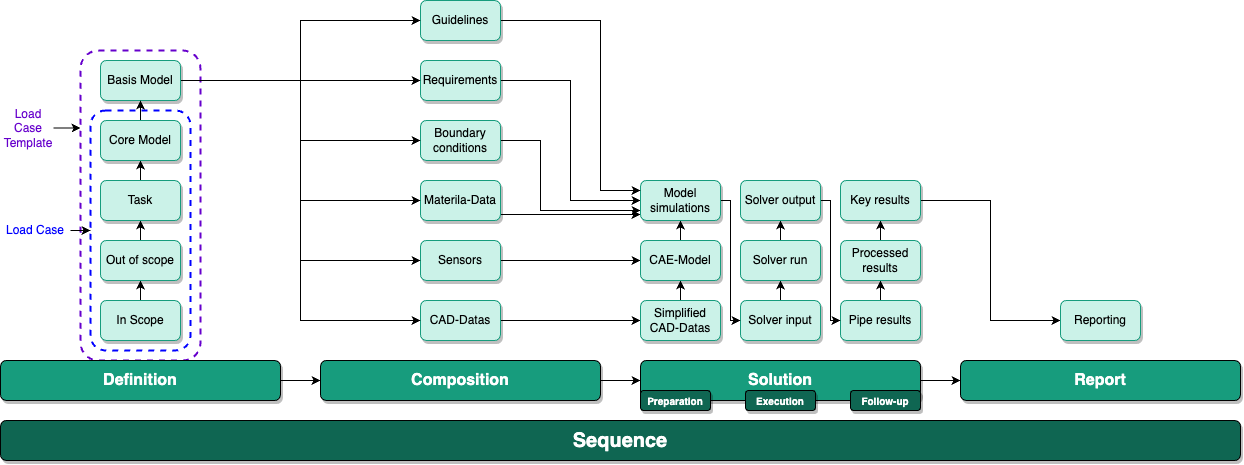
dannickstark/MA-Thesis keeps this draw.io diagram as images/Concept-cae-process.drawio.png. Above is the earlier version. Source tidied: cells renumbered, new cells last; positions are measured from the earlier drawing's top-left corner, leaving out a move shared by most shapes. Its diagram source:
```xml
<mxGraphModel>
  <root>
    <mxCell id="0" />
    <mxCell id="1" parent="0" />
    <mxCell id="2" style="rounded=1;whiteSpace=wrap;html=1;fillColor=none;dashed=1;strokeColor=#6600CC;strokeWidth=2;" parent="1" vertex="1">
      <mxGeometry x="80" y="50" width="120" height="310" as="geometry" />
    </mxCell>
    <mxCell id="3" style="rounded=1;whiteSpace=wrap;html=1;fillColor=none;dashed=1;strokeColor=#0000FF;strokeWidth=2;" parent="1" vertex="1">
      <mxGeometry x="90" y="110" width="100" height="240" as="geometry" />
    </mxCell>
    <mxCell id="4" value="Sequence" style="rounded=1;whiteSpace=wrap;html=1;fillColor=#0F6652;shadow=1;glass=0;gradientColor=none;fontStyle=1;fontSize=20;fontColor=#FFFFFF;" parent="1" vertex="1">
      <mxGeometry y="420" width="1240" height="40" as="geometry" />
    </mxCell>
    <mxCell id="5" style="edgeStyle=orthogonalEdgeStyle;rounded=0;html=1;exitX=1;exitY=0.5;exitDx=0;exitDy=0;entryX=0;entryY=0.5;entryDx=0;entryDy=0;elbow=vertical;" parent="1" edge="1" source="6" target="14">
      <mxGeometry relative="1" as="geometry" />
    </mxCell>
    <mxCell id="6" value="Definition" style="rounded=1;whiteSpace=wrap;html=1;fillColor=#179c7d;shadow=1;glass=0;gradientColor=none;fontColor=#FFFFFF;fontStyle=1;fontSize=16;" parent="1" vertex="1">
      <mxGeometry y="360" width="280" height="40" as="geometry" />
    </mxCell>
    <mxCell id="7" style="edgeStyle=none;html=1;entryX=0.5;entryY=1;entryDx=0;entryDy=0;" parent="1" edge="1" source="8" target="10">
      <mxGeometry relative="1" as="geometry" />
    </mxCell>
    <mxCell id="8" value="In Scope" style="rounded=1;whiteSpace=wrap;html=1;fillColor=#CBF2E8;strokeColor=#179C7D;fontColor=#000000;gradientDirection=east;shadow=1;" parent="1" vertex="1">
      <mxGeometry x="100" y="300" width="80" height="40" as="geometry" />
    </mxCell>
    <mxCell id="9" style="edgeStyle=none;html=1;entryX=0.5;entryY=1;entryDx=0;entryDy=0;" parent="1" edge="1" source="10" target="12">
      <mxGeometry relative="1" as="geometry" />
    </mxCell>
    <mxCell id="10" value="Out of scope" style="rounded=1;whiteSpace=wrap;html=1;fillColor=#CBF2E8;strokeColor=#179C7D;fontColor=#000000;gradientDirection=east;shadow=1;" parent="1" vertex="1">
      <mxGeometry x="100" y="240" width="80" height="40" as="geometry" />
    </mxCell>
    <mxCell id="11" style="edgeStyle=orthogonalEdgeStyle;rounded=0;jettySize=auto;html=1;exitX=0.5;exitY=0;exitDx=0;exitDy=0;entryX=0.5;entryY=1;entryDx=0;entryDy=0;" parent="1" edge="1" source="12" target="60">
      <mxGeometry relative="1" as="geometry" />
    </mxCell>
    <mxCell id="12" value="Task" style="rounded=1;whiteSpace=wrap;html=1;fillColor=#CBF2E8;strokeColor=#179C7D;fontColor=#000000;gradientDirection=east;shadow=1;" parent="1" vertex="1">
      <mxGeometry x="100" y="180" width="80" height="40" as="geometry" />
    </mxCell>
    <mxCell id="13" style="edgeStyle=orthogonalEdgeStyle;rounded=0;html=1;entryX=0;entryY=0.5;entryDx=0;entryDy=0;elbow=vertical;" parent="1" edge="1" source="14" target="16">
      <mxGeometry relative="1" as="geometry" />
    </mxCell>
    <mxCell id="14" value="Composition" style="rounded=1;whiteSpace=wrap;html=1;fontSize=16;fillColor=#179c7d;fontColor=#FFFFFF;shadow=1;glass=0;gradientColor=none;fontStyle=1;" parent="1" vertex="1">
      <mxGeometry x="320" y="360" width="280" height="40" as="geometry" />
    </mxCell>
    <mxCell id="15" style="edgeStyle=orthogonalEdgeStyle;rounded=0;html=1;exitX=1;exitY=0.5;exitDx=0;exitDy=0;entryX=0;entryY=0.5;entryDx=0;entryDy=0;elbow=vertical;" parent="1" edge="1" source="16" target="17">
      <mxGeometry relative="1" as="geometry" />
    </mxCell>
    <mxCell id="16" value="Solution" style="rounded=1;whiteSpace=wrap;html=1;fontSize=16;fillColor=#179c7d;fontColor=#FFFFFF;shadow=1;glass=0;gradientColor=none;fontStyle=1;" parent="1" vertex="1">
      <mxGeometry x="640" y="360" width="280" height="40" as="geometry" />
    </mxCell>
    <mxCell id="17" value="Report" style="rounded=1;whiteSpace=wrap;html=1;fontSize=16;fillColor=#179c7d;fontColor=#FFFFFF;shadow=1;glass=0;gradientColor=none;fontStyle=1;" parent="1" vertex="1">
      <mxGeometry x="960" y="360" width="280" height="40" as="geometry" />
    </mxCell>
    <mxCell id="18" style="edgeStyle=orthogonalEdgeStyle;rounded=0;html=1;entryX=0;entryY=0.5;entryDx=0;entryDy=0;elbow=vertical;" parent="1" edge="1" source="19" target="29">
      <mxGeometry relative="1" as="geometry" />
    </mxCell>
    <mxCell id="19" value="CAD-Datas" style="rounded=1;whiteSpace=wrap;html=1;fillColor=#CBF2E8;strokeColor=#179C7D;fontColor=#000000;gradientDirection=east;shadow=1;" parent="1" vertex="1">
      <mxGeometry x="420" y="300" width="80" height="40" as="geometry" />
    </mxCell>
    <mxCell id="20" style="edgeStyle=orthogonalEdgeStyle;rounded=0;html=1;entryX=0;entryY=0.5;entryDx=0;entryDy=0;fontSize=20;fontColor=#FFFFFF;elbow=vertical;" parent="1" edge="1" source="21" target="35">
      <mxGeometry relative="1" as="geometry" />
    </mxCell>
    <mxCell id="21" value="Sensors" style="rounded=1;whiteSpace=wrap;html=1;fillColor=#CBF2E8;strokeColor=#179C7D;fontColor=#000000;gradientDirection=east;shadow=1;" parent="1" vertex="1">
      <mxGeometry x="420" y="240" width="80" height="40" as="geometry" />
    </mxCell>
    <mxCell id="22" style="edgeStyle=orthogonalEdgeStyle;rounded=0;html=1;exitX=1;exitY=0.75;exitDx=0;exitDy=0;entryX=0;entryY=0.75;entryDx=0;entryDy=0;fontSize=20;fontColor=#FFFFFF;elbow=vertical;" parent="1" edge="1">
      <mxGeometry relative="1" as="geometry">
        <mxPoint x="500" y="214" as="sourcePoint" />
        <mxPoint x="640" y="214" as="targetPoint" />
      </mxGeometry>
    </mxCell>
    <mxCell id="23" value="Materila-Data" style="rounded=1;whiteSpace=wrap;html=1;fillColor=#CBF2E8;strokeColor=#179C7D;fontColor=#000000;gradientDirection=east;shadow=1;" parent="1" vertex="1">
      <mxGeometry x="420" y="180" width="80" height="40" as="geometry" />
    </mxCell>
    <mxCell id="24" style="edgeStyle=orthogonalEdgeStyle;rounded=0;html=1;exitX=1;exitY=0.5;exitDx=0;exitDy=0;entryX=0;entryY=0.75;entryDx=0;entryDy=0;fontSize=20;fontColor=#FFFFFF;elbow=vertical;" parent="1" edge="1" source="25" target="46">
      <mxGeometry relative="1" as="geometry">
        <Array as="points">
          <mxPoint x="540" y="140" />
          <mxPoint x="540" y="210" />
        </Array>
      </mxGeometry>
    </mxCell>
    <mxCell id="25" value="Boundary conditions" style="rounded=1;whiteSpace=wrap;html=1;fillColor=#CBF2E8;strokeColor=#179C7D;fontColor=#000000;gradientDirection=east;shadow=1;" parent="1" vertex="1">
      <mxGeometry x="420" y="120" width="80" height="40" as="geometry" />
    </mxCell>
    <mxCell id="26" style="edgeStyle=orthogonalEdgeStyle;rounded=0;html=1;exitX=1;exitY=0.5;exitDx=0;exitDy=0;entryX=0;entryY=0.5;entryDx=0;entryDy=0;fontSize=20;fontColor=#FFFFFF;elbow=vertical;" parent="1" edge="1" source="27" target="46">
      <mxGeometry relative="1" as="geometry" />
    </mxCell>
    <mxCell id="27" value="Requirements" style="rounded=1;whiteSpace=wrap;html=1;fillColor=#CBF2E8;strokeColor=#179C7D;fontColor=#000000;gradientDirection=east;shadow=1;" parent="1" vertex="1">
      <mxGeometry x="420" y="60" width="80" height="40" as="geometry" />
    </mxCell>
    <mxCell id="28" style="edgeStyle=orthogonalEdgeStyle;rounded=0;html=1;exitX=0.5;exitY=0;exitDx=0;exitDy=0;entryX=0.5;entryY=1;entryDx=0;entryDy=0;elbow=vertical;" parent="1" edge="1" source="29" target="35">
      <mxGeometry relative="1" as="geometry" />
    </mxCell>
    <mxCell id="29" value="Simplified CAD-Datas" style="rounded=1;whiteSpace=wrap;html=1;fillColor=#CBF2E8;strokeColor=#179C7D;fontColor=#000000;gradientDirection=east;shadow=1;" parent="1" vertex="1">
      <mxGeometry x="640" y="300" width="80" height="40" as="geometry" />
    </mxCell>
    <mxCell id="30" style="edgeStyle=orthogonalEdgeStyle;rounded=0;html=1;exitX=0.5;exitY=0;exitDx=0;exitDy=0;entryX=0.5;entryY=1;entryDx=0;entryDy=0;elbow=vertical;" parent="1" edge="1" source="31" target="37">
      <mxGeometry relative="1" as="geometry" />
    </mxCell>
    <mxCell id="31" value="Solver input" style="rounded=1;whiteSpace=wrap;html=1;fillColor=#CBF2E8;strokeColor=#179C7D;fontColor=#000000;gradientDirection=east;shadow=1;" parent="1" vertex="1">
      <mxGeometry x="740" y="300" width="80" height="40" as="geometry" />
    </mxCell>
    <mxCell id="32" style="edgeStyle=orthogonalEdgeStyle;rounded=0;html=1;exitX=0.5;exitY=0;exitDx=0;exitDy=0;entryX=0.5;entryY=1;entryDx=0;entryDy=0;elbow=vertical;" parent="1" edge="1" source="33" target="39">
      <mxGeometry relative="1" as="geometry" />
    </mxCell>
    <mxCell id="33" value="Pipe results" style="rounded=1;whiteSpace=wrap;html=1;fillColor=#CBF2E8;strokeColor=#179C7D;fontColor=#000000;gradientDirection=east;shadow=1;" parent="1" vertex="1">
      <mxGeometry x="840" y="300" width="80" height="40" as="geometry" />
    </mxCell>
    <mxCell id="34" style="edgeStyle=orthogonalEdgeStyle;rounded=0;html=1;exitX=0.5;exitY=0;exitDx=0;exitDy=0;entryX=0.5;entryY=1;entryDx=0;entryDy=0;fontSize=20;fontColor=#FFFFFF;elbow=vertical;" parent="1" edge="1" source="35" target="46">
      <mxGeometry relative="1" as="geometry" />
    </mxCell>
    <mxCell id="35" value="CAE-Model" style="rounded=1;whiteSpace=wrap;html=1;fillColor=#CBF2E8;strokeColor=#179C7D;fontColor=#000000;gradientDirection=east;shadow=1;" parent="1" vertex="1">
      <mxGeometry x="640" y="240" width="80" height="40" as="geometry" />
    </mxCell>
    <mxCell id="36" style="edgeStyle=orthogonalEdgeStyle;rounded=0;html=1;exitX=0.5;exitY=0;exitDx=0;exitDy=0;entryX=0.5;entryY=1;entryDx=0;entryDy=0;elbow=vertical;" parent="1" edge="1" source="37" target="41">
      <mxGeometry relative="1" as="geometry" />
    </mxCell>
    <mxCell id="37" value="Solver run" style="rounded=1;whiteSpace=wrap;html=1;fillColor=#CBF2E8;strokeColor=#179C7D;fontColor=#000000;gradientDirection=east;shadow=1;" parent="1" vertex="1">
      <mxGeometry x="740" y="240" width="80" height="40" as="geometry" />
    </mxCell>
    <mxCell id="38" style="edgeStyle=orthogonalEdgeStyle;rounded=0;html=1;exitX=0.5;exitY=0;exitDx=0;exitDy=0;entryX=0.5;entryY=1;entryDx=0;entryDy=0;elbow=vertical;" parent="1" edge="1" source="39" target="43">
      <mxGeometry relative="1" as="geometry" />
    </mxCell>
    <mxCell id="39" value="Processed results" style="rounded=1;whiteSpace=wrap;html=1;fillColor=#CBF2E8;strokeColor=#179C7D;fontColor=#000000;gradientDirection=east;shadow=1;" parent="1" vertex="1">
      <mxGeometry x="840" y="240" width="80" height="40" as="geometry" />
    </mxCell>
    <mxCell id="40" style="edgeStyle=orthogonalEdgeStyle;rounded=0;html=1;exitX=1;exitY=0.5;exitDx=0;exitDy=0;entryX=0;entryY=0.5;entryDx=0;entryDy=0;elbow=vertical;" parent="1" edge="1" source="41" target="33">
      <mxGeometry relative="1" as="geometry" />
    </mxCell>
    <mxCell id="41" value="Solver output" style="rounded=1;whiteSpace=wrap;html=1;fillColor=#CBF2E8;strokeColor=#179C7D;fontColor=#000000;gradientDirection=east;shadow=1;" parent="1" vertex="1">
      <mxGeometry x="740" y="180" width="80" height="40" as="geometry" />
    </mxCell>
    <mxCell id="42" style="edgeStyle=orthogonalEdgeStyle;rounded=0;html=1;exitX=1;exitY=0.5;exitDx=0;exitDy=0;entryX=0;entryY=0.5;entryDx=0;entryDy=0;elbow=vertical;" parent="1" edge="1" source="43" target="44">
      <mxGeometry relative="1" as="geometry" />
    </mxCell>
    <mxCell id="43" value="Key results" style="rounded=1;whiteSpace=wrap;html=1;fillColor=#CBF2E8;strokeColor=#179C7D;fontColor=#000000;gradientDirection=east;shadow=1;" parent="1" vertex="1">
      <mxGeometry x="840" y="180" width="80" height="40" as="geometry" />
    </mxCell>
    <mxCell id="44" value="Reporting" style="rounded=1;whiteSpace=wrap;html=1;fillColor=#CBF2E8;strokeColor=#179C7D;fontColor=#000000;gradientDirection=east;shadow=1;" parent="1" vertex="1">
      <mxGeometry x="1060" y="300" width="80" height="40" as="geometry" />
    </mxCell>
    <mxCell id="45" style="edgeStyle=orthogonalEdgeStyle;rounded=0;html=1;exitX=1;exitY=0.5;exitDx=0;exitDy=0;entryX=0;entryY=0.5;entryDx=0;entryDy=0;fontSize=20;fontColor=#FFFFFF;elbow=vertical;" parent="1" edge="1" source="46" target="31">
      <mxGeometry relative="1" as="geometry" />
    </mxCell>
    <mxCell id="46" value="Model simulations" style="rounded=1;whiteSpace=wrap;html=1;fillColor=#CBF2E8;strokeColor=#179C7D;fontColor=#000000;gradientDirection=east;shadow=1;" parent="1" vertex="1">
      <mxGeometry x="640" y="180" width="80" height="40" as="geometry" />
    </mxCell>
    <mxCell id="47" style="edgeStyle=orthogonalEdgeStyle;rounded=0;html=1;exitX=1;exitY=0.5;exitDx=0;exitDy=0;entryX=0;entryY=0.25;entryDx=0;entryDy=0;fontSize=20;fontColor=#FFFFFF;elbow=vertical;" parent="1" edge="1" source="48" target="46">
      <mxGeometry relative="1" as="geometry">
        <Array as="points">
          <mxPoint x="600" y="20" />
          <mxPoint x="600" y="190" />
        </Array>
      </mxGeometry>
    </mxCell>
    <mxCell id="48" value="Guidelines" style="rounded=1;whiteSpace=wrap;html=1;fillColor=#CBF2E8;strokeColor=#179C7D;fontColor=#000000;gradientDirection=east;shadow=1;" parent="1" vertex="1">
      <mxGeometry x="420" width="80" height="40" as="geometry" />
    </mxCell>
    <mxCell id="49" style="edgeStyle=orthogonalEdgeStyle;rounded=0;html=1;entryX=0;entryY=0.5;entryDx=0;entryDy=0;fontSize=20;fontColor=#FFFFFF;elbow=vertical;" parent="1" edge="1" source="55" target="25">
      <mxGeometry relative="1" as="geometry" />
    </mxCell>
    <mxCell id="50" style="edgeStyle=orthogonalEdgeStyle;rounded=0;html=1;exitX=1;exitY=0.5;exitDx=0;exitDy=0;entryX=0;entryY=0.5;entryDx=0;entryDy=0;fontSize=20;fontColor=#FFFFFF;elbow=vertical;" parent="1" edge="1" source="55" target="48">
      <mxGeometry relative="1" as="geometry" />
    </mxCell>
    <mxCell id="51" style="edgeStyle=orthogonalEdgeStyle;rounded=0;html=1;entryX=0;entryY=0.5;entryDx=0;entryDy=0;fontSize=20;fontColor=#FFFFFF;elbow=vertical;" parent="1" edge="1" source="55" target="27">
      <mxGeometry relative="1" as="geometry" />
    </mxCell>
    <mxCell id="52" style="edgeStyle=orthogonalEdgeStyle;rounded=0;html=1;entryX=0;entryY=0.5;entryDx=0;entryDy=0;fontSize=20;fontColor=#FFFFFF;elbow=vertical;" parent="1" edge="1" source="55" target="23">
      <mxGeometry relative="1" as="geometry" />
    </mxCell>
    <mxCell id="53" style="edgeStyle=orthogonalEdgeStyle;rounded=0;html=1;exitX=1;exitY=0.5;exitDx=0;exitDy=0;entryX=0;entryY=0.5;entryDx=0;entryDy=0;fontSize=20;fontColor=#FFFFFF;elbow=vertical;" parent="1" edge="1" source="55" target="21">
      <mxGeometry relative="1" as="geometry" />
    </mxCell>
    <mxCell id="54" style="edgeStyle=orthogonalEdgeStyle;rounded=0;html=1;entryX=0;entryY=0.5;entryDx=0;entryDy=0;fontSize=20;fontColor=#FFFFFF;elbow=vertical;" parent="1" edge="1" source="55" target="19">
      <mxGeometry relative="1" as="geometry" />
    </mxCell>
    <mxCell id="55" value="Basis Model" style="rounded=1;whiteSpace=wrap;html=1;fillColor=#CBF2E8;strokeColor=#179C7D;fontColor=#000000;gradientDirection=east;shadow=1;" parent="1" vertex="1">
      <mxGeometry x="100" y="60" width="80" height="40" as="geometry" />
    </mxCell>
    <mxCell id="56" value="&lt;font style=&quot;font-size: 10px;&quot;&gt;Preparation&lt;/font&gt;" style="rounded=1;whiteSpace=wrap;html=1;fontSize=10;fillColor=#0F6652;fontColor=#FFFFFF;shadow=1;glass=0;gradientColor=none;fontStyle=1;verticalAlign=middle;horizontal=1;" parent="1" vertex="1">
      <mxGeometry x="640" y="390" width="70" height="20" as="geometry" />
    </mxCell>
    <mxCell id="57" value="&lt;font style=&quot;font-size: 10px;&quot;&gt;Execution&lt;/font&gt;" style="rounded=1;whiteSpace=wrap;html=1;fontSize=10;fillColor=#0F6652;fontColor=#FFFFFF;shadow=1;glass=0;gradientColor=none;fontStyle=1;verticalAlign=middle;horizontal=1;" parent="1" vertex="1">
      <mxGeometry x="745" y="390" width="70" height="20" as="geometry" />
    </mxCell>
    <mxCell id="58" value="&lt;font style=&quot;font-size: 10px;&quot;&gt;Follow-up&lt;/font&gt;" style="rounded=1;whiteSpace=wrap;html=1;fontSize=10;fillColor=#0F6652;fontColor=#FFFFFF;shadow=1;glass=0;gradientColor=none;fontStyle=1;verticalAlign=middle;horizontal=1;" parent="1" vertex="1">
      <mxGeometry x="850" y="390" width="70" height="20" as="geometry" />
    </mxCell>
    <mxCell id="59" style="edgeStyle=orthogonalEdgeStyle;rounded=0;jettySize=auto;html=1;exitX=0.5;exitY=0;exitDx=0;exitDy=0;entryX=0.5;entryY=1;entryDx=0;entryDy=0;" parent="1" edge="1" source="60" target="55">
      <mxGeometry relative="1" as="geometry" />
    </mxCell>
    <mxCell id="60" value="Core Model" style="rounded=1;whiteSpace=wrap;html=1;fillColor=#CBF2E8;strokeColor=#179C7D;fontColor=#000000;gradientDirection=east;shadow=1;" parent="1" vertex="1">
      <mxGeometry x="100" y="120" width="80" height="40" as="geometry" />
    </mxCell>
    <mxCell id="61" style="edgeStyle=orthogonalEdgeStyle;rounded=0;jettySize=auto;html=1;entryX=0;entryY=0.5;entryDx=0;entryDy=0;" parent="1" edge="1" source="62" target="3">
      <mxGeometry relative="1" as="geometry" />
    </mxCell>
    <mxCell id="62" value="Load Case" style="text;html=1;strokeColor=none;fillColor=none;align=center;verticalAlign=middle;whiteSpace=wrap;rounded=0;fontColor=#0000FF;labelBorderColor=none;" parent="1" vertex="1">
      <mxGeometry y="215" width="70" height="30" as="geometry" />
    </mxCell>
    <mxCell id="63" style="edgeStyle=orthogonalEdgeStyle;rounded=0;jettySize=auto;html=1;entryX=0;entryY=0.25;entryDx=0;entryDy=0;" parent="1" edge="1" source="64" target="2">
      <mxGeometry relative="1" as="geometry" />
    </mxCell>
    <mxCell id="64" value="Load Case Template" style="text;html=1;strokeColor=none;fillColor=none;align=center;verticalAlign=middle;whiteSpace=wrap;rounded=0;fontColor=#6600CC;labelBorderColor=none;" parent="1" vertex="1">
      <mxGeometry x="3" y="99" width="50" height="57" as="geometry" />
    </mxCell>
  </root>
</mxGraphModel>
```
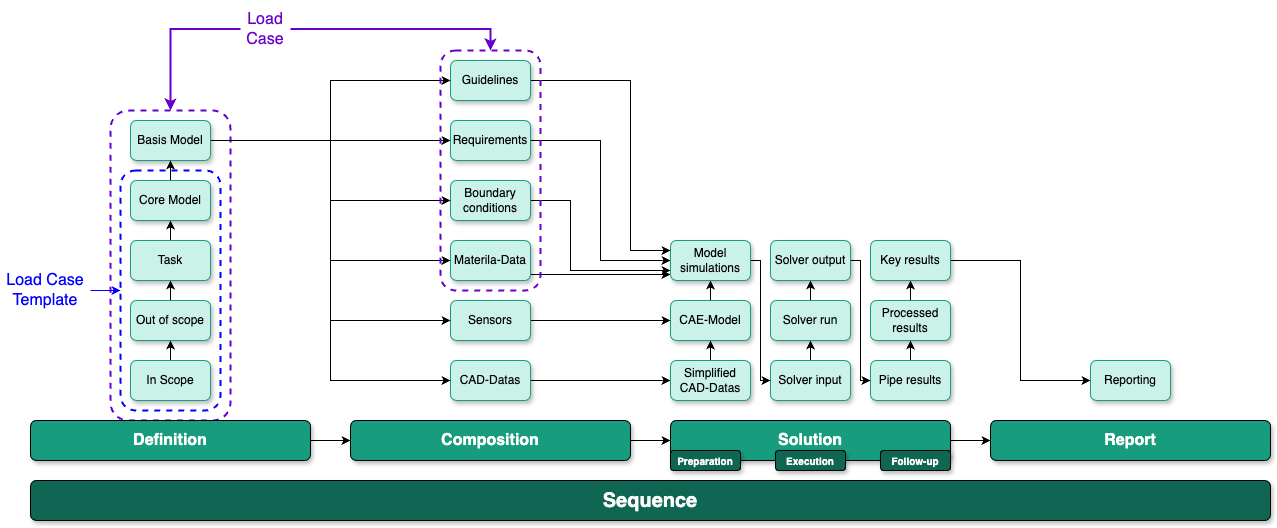
After the change.

Diff of the diagram source:
```diff
@@ -53,7 +53,7 @@
     <mxCell id="18" style="edgeStyle=orthogonalEdgeStyle;rounded=0;html=1;entryX=0;entryY=0.5;entryDx=0;entryDy=0;elbow=vertical;" parent="1" edge="1" source="19" target="29">
       <mxGeometry relative="1" as="geometry" />
     </mxCell>
-    <mxCell id="19" value="CAD-Datas" style="rounded=1;whiteSpace=wrap;html=1;fillColor=#CBF2E8;strokeColor=#179C7D;fontColor=#000000;gradientDirection=east;shadow=1;" parent="1" vertex="1">
+    <mxCell id="19" value="CAD-Datas" style="rounded=1;whiteSpace=wrap;html=1;fillColor=#CBF2E8;strokeColor=#179C7D;fontColor=#000000;gradientDirection=east;shadow=1;strokeWidth=1;align=center;verticalAlign=middle;fontFamily=Helvetica;fontSize=12;" parent="1" vertex="1">
       <mxGeometry x="420" y="300" width="80" height="40" as="geometry" />
     </mxCell>
     <mxCell id="20" style="edgeStyle=orthogonalEdgeStyle;rounded=0;html=1;entryX=0;entryY=0.5;entryDx=0;entryDy=0;fontSize=20;fontColor=#FFFFFF;elbow=vertical;" parent="1" edge="1" source="21" target="35">
@@ -192,17 +192,23 @@
     <mxCell id="60" value="Core Model" style="rounded=1;whiteSpace=wrap;html=1;fillColor=#CBF2E8;strokeColor=#179C7D;fontColor=#000000;gradientDirection=east;shadow=1;" parent="1" vertex="1">
       <mxGeometry x="100" y="120" width="80" height="40" as="geometry" />
     </mxCell>
-    <mxCell id="61" style="edgeStyle=orthogonalEdgeStyle;rounded=0;jettySize=auto;html=1;entryX=0;entryY=0.5;entryDx=0;entryDy=0;" parent="1" edge="1" source="62" target="3">
+    <mxCell id="61" style="edgeStyle=orthogonalEdgeStyle;rounded=0;jettySize=auto;html=1;entryX=0;entryY=0.5;entryDx=0;entryDy=0;strokeColor=#0000FF;" parent="1" edge="1" source="62" target="3">
       <mxGeometry relative="1" as="geometry" />
     </mxCell>
-    <mxCell id="62" value="Load Case" style="text;html=1;strokeColor=none;fillColor=none;align=center;verticalAlign=middle;whiteSpace=wrap;rounded=0;fontColor=#0000FF;labelBorderColor=none;" parent="1" vertex="1">
-      <mxGeometry y="215" width="70" height="30" as="geometry" />
+    <mxCell id="62" value="Load Case Template" style="text;html=1;strokeColor=none;fillColor=none;align=center;verticalAlign=middle;whiteSpace=wrap;rounded=0;fontColor=#0000FF;labelBorderColor=none;fontSize=16;" parent="1" vertex="1">
+      <mxGeometry x="-30" y="215" width="90" height="30" as="geometry" />
     </mxCell>
-    <mxCell id="63" style="edgeStyle=orthogonalEdgeStyle;rounded=0;jettySize=auto;html=1;entryX=0;entryY=0.25;entryDx=0;entryDy=0;" parent="1" edge="1" source="64" target="2">
+    <mxCell id="63" style="edgeStyle=orthogonalEdgeStyle;rounded=0;jettySize=auto;html=1;entryX=0.5;entryY=0;entryDx=0;entryDy=0;fontColor=#6600CC;strokeColor=#6600CC;strokeWidth=2;" parent="1" edge="1" source="64" target="2">
       <mxGeometry relative="1" as="geometry" />
     </mxCell>
+    <mxCell id="65" style="rounded=1;whiteSpace=wrap;html=1;fillColor=none;dashed=1;strokeColor=#6600CC;strokeWidth=2;" parent="1" vertex="1">
+      <mxGeometry x="410" y="-10" width="100" height="240" as="geometry" />
+    </mxCell>
+    <mxCell id="66" style="edgeStyle=orthogonalEdgeStyle;rounded=0;jettySize=auto;html=1;entryX=0.5;entryY=0;entryDx=0;entryDy=0;strokeColor=#6600CC;strokeWidth=2;" parent="1" edge="1" source="64" target="65">
+      <mxGeometry relative="1" as="geometry" />
+    </mxCell>
-    <mxCell id="64" value="Load Case Template" style="text;html=1;strokeColor=none;fillColor=none;align=center;verticalAlign=middle;whiteSpace=wrap;rounded=0;fontColor=#6600CC;labelBorderColor=none;" parent="1" vertex="1">
-      <mxGeometry x="3" y="99" width="50" height="57" as="geometry" />
+    <mxCell id="64" value="Load Case" style="text;html=1;strokeColor=none;fillColor=none;align=center;verticalAlign=middle;whiteSpace=wrap;rounded=0;fontColor=#6600CC;labelBorderColor=none;fontSize=16;" parent="1" vertex="1">
+      <mxGeometry x="210" y="-60" width="50" height="57" as="geometry" />
     </mxCell>
   </root>
 </mxGraphModel>
```
